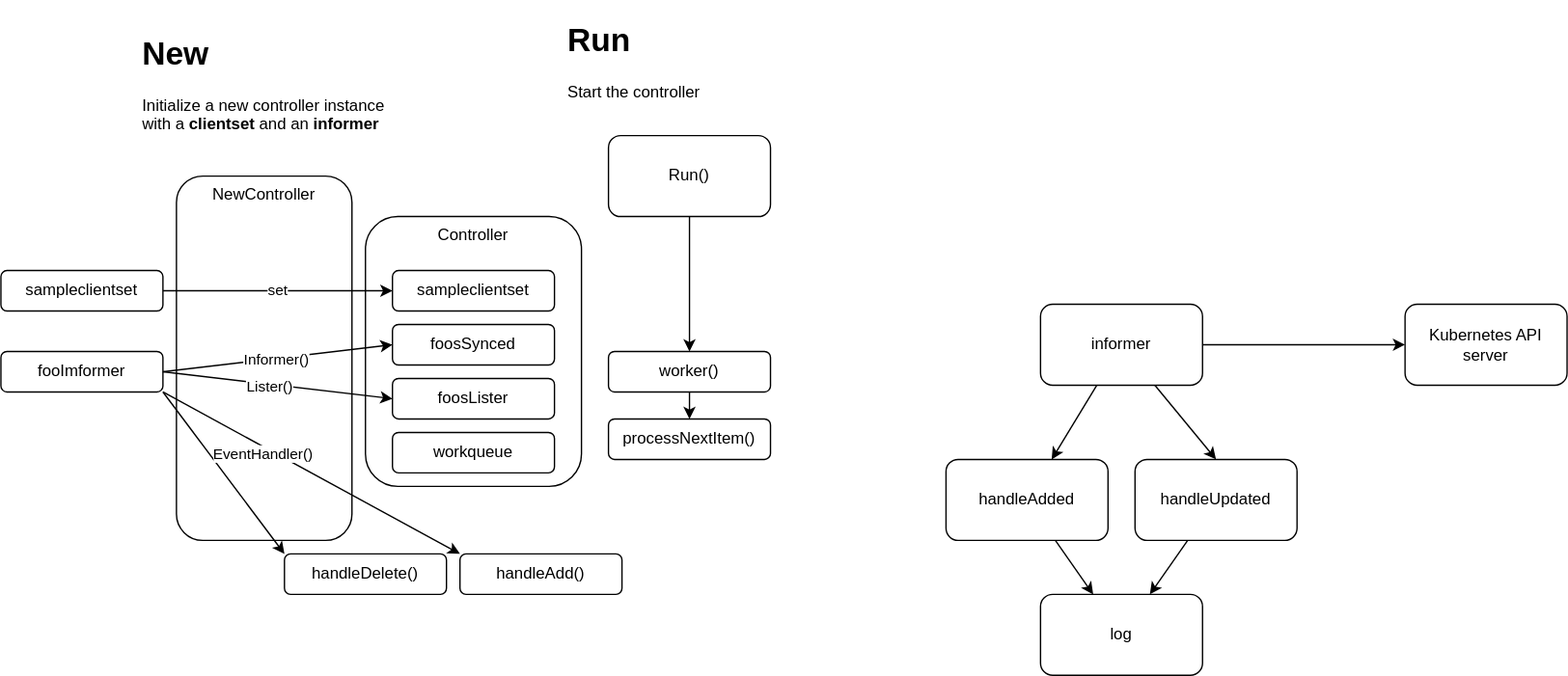
Above: docs/content/docs/05-implement-reconciliation-loop/controller.drawio.svg in nakamasato/sample-controller (draw.io), before the change. Source tidied: cells renumbered, new cells last; positions are measured from the earlier drawing's top-left corner, leaving out a move shared by most shapes.
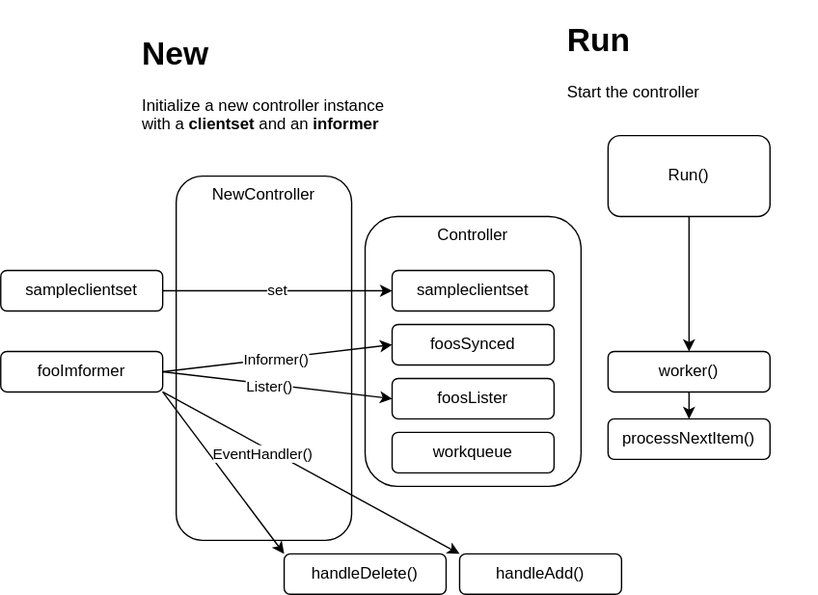
The same file after the commit.

Diff of the diagram source:
```diff
@@ -82,35 +82,5 @@
     <mxCell id="27" value="&lt;h1&gt;Run&lt;/h1&gt;&lt;p&gt;Start the controller&lt;/p&gt;" style="text;html=1;strokeColor=none;fillColor=none;spacing=5;spacingTop=-20;whiteSpace=wrap;overflow=hidden;rounded=0;" parent="1" vertex="1">
       <mxGeometry x="415" width="190" height="80" as="geometry" />
     </mxCell>
-    <mxCell id="28" value="Kubernetes API server" style="rounded=1;whiteSpace=wrap;html=1;" parent="1" vertex="1">
-      <mxGeometry x="1040" y="215" width="120" height="60" as="geometry" />
-    </mxCell>
-    <mxCell id="29" style="edgeStyle=none;html=1;" parent="1" edge="1" source="31" target="34">
-      <mxGeometry relative="1" as="geometry" />
-    </mxCell>
-    <mxCell id="30" style="edgeStyle=none;html=1;entryX=0.5;entryY=0;entryDx=0;entryDy=0;" parent="1" edge="1" source="31" target="36">
-      <mxGeometry relative="1" as="geometry" />
-    </mxCell>
-    <mxCell id="31" value="informer" style="rounded=1;whiteSpace=wrap;html=1;" parent="1" vertex="1">
-      <mxGeometry x="770" y="215" width="120" height="60" as="geometry" />
-    </mxCell>
-    <mxCell id="32" style="edgeStyle=none;html=1;exitX=1;exitY=0.5;exitDx=0;exitDy=0;" parent="1" edge="1" source="31" target="28">
-      <mxGeometry relative="1" as="geometry" />
-    </mxCell>
-    <mxCell id="33" style="edgeStyle=none;html=1;" parent="1" edge="1" source="34" target="37">
-      <mxGeometry relative="1" as="geometry" />
-    </mxCell>
-    <mxCell id="34" value="handleAdded" style="rounded=1;whiteSpace=wrap;html=1;" parent="1" vertex="1">
-      <mxGeometry x="700" y="330" width="120" height="60" as="geometry" />
-    </mxCell>
-    <mxCell id="35" style="edgeStyle=none;html=1;" parent="1" edge="1" source="36" target="37">
-      <mxGeometry relative="1" as="geometry" />
-    </mxCell>
-    <mxCell id="36" value="handleUpdated" style="rounded=1;whiteSpace=wrap;html=1;" parent="1" vertex="1">
-      <mxGeometry x="840" y="330" width="120" height="60" as="geometry" />
-    </mxCell>
-    <mxCell id="37" value="log" style="rounded=1;whiteSpace=wrap;html=1;" parent="1" vertex="1">
-      <mxGeometry x="770" y="430" width="120" height="60" as="geometry" />
-    </mxCell>
   </root>
 </mxGraphModel>
```
